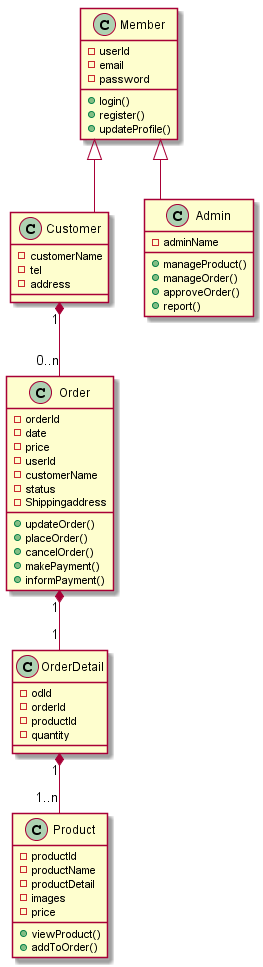
Earlier version of the PlantUML export classDiagram.png (OOAD-037/FinalAssignment).
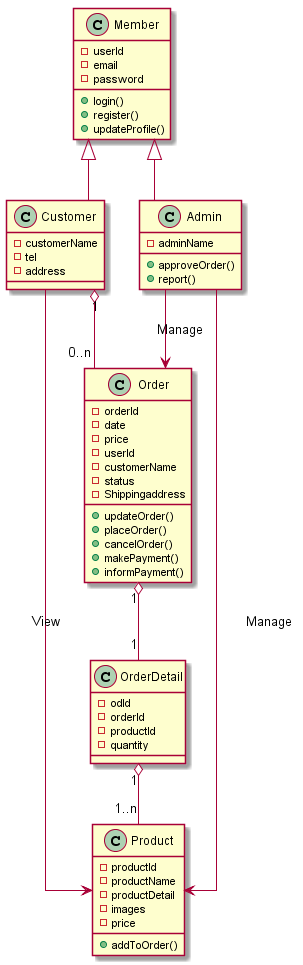
After the change.

What changed in the source:
```diff
@@ -18,8 +18,6 @@
 
 class Admin{
     - adminName
-    + manageProduct()
-    + manageOrder()
     + approveOrder()
     + report()
 }
@@ -52,14 +50,16 @@
     - productDetail
     - images
     - price
-    + viewProduct()
     + addToOrder()
 }
 
 Member<|--Customer
 Member<|--Admin
-Customer"1"*--"0..n"Order
-Order"1"*--"1"OrderDetail
-OrderDetail"1"*--"1..n"Product
+Customer"1" o-- "0..n"Order
+Order"1" o-- "1"OrderDetail
+OrderDetail"1" o-- "1..n"Product
+Customer --> Product : View
+Admin --> Product : Manage
+Admin --> Order : Manage
 
 @enduml
```
